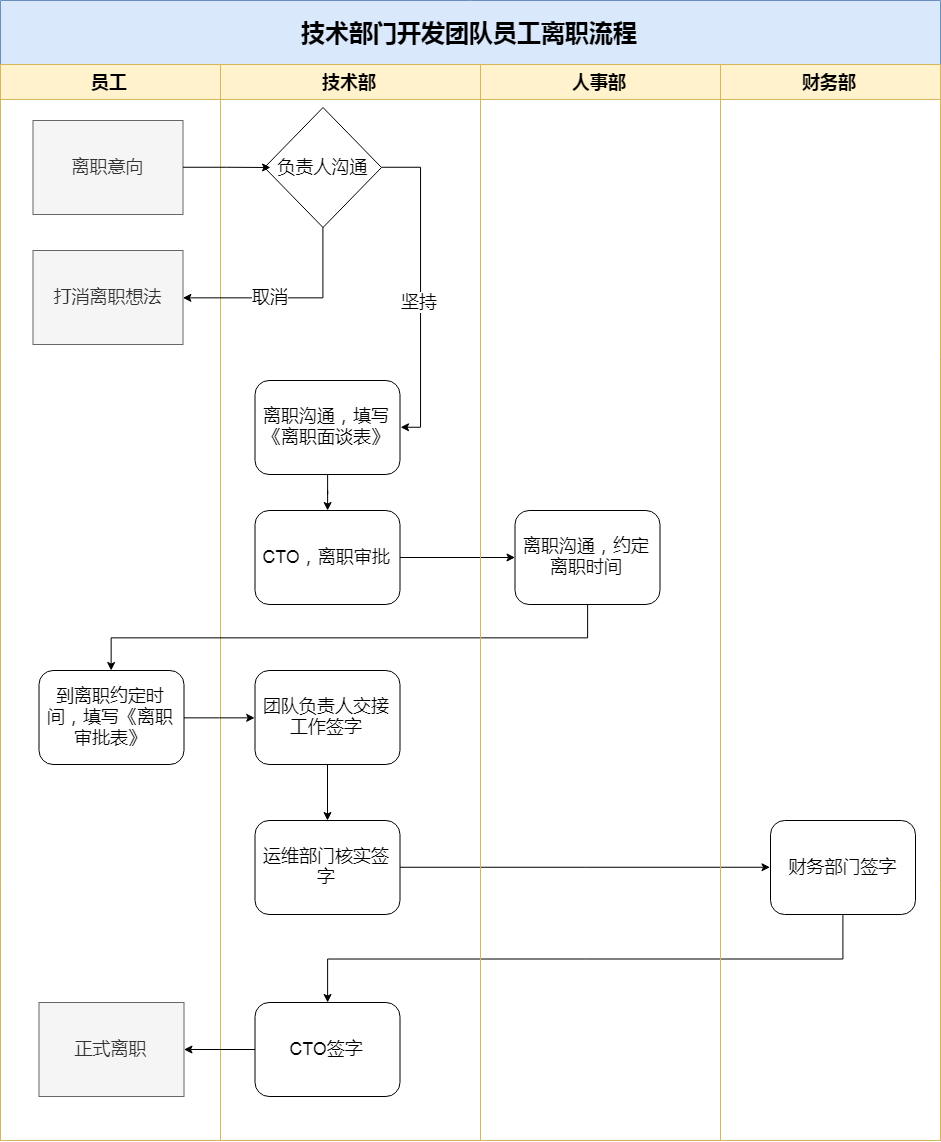
Earlier version of the draw.io export images/work/技术部门开发团队员工离职流程.png (lllliuliu/resets). Source tidied: cells renumbered, new cells last; positions are measured from the earlier drawing's top-left corner, leaving out a move shared by most shapes. Source of this version:
```xml
<mxGraphModel background="#ffffff">
  <root>
    <mxCell id="0" />
    <mxCell id="1" parent="0" />
    <mxCell id="2" value="&lt;font style=&quot;font-size: 24px&quot;&gt;技术部门开发团队员工离职流程&lt;/font&gt;&lt;br style=&quot;font-size: 18px&quot;&gt;" style="swimlane;html=1;startSize=64;fillColor=#dae8fc;strokeColor=#6c8ebf;fontSize=18;align=center;spacing=2;" parent="1" vertex="1">
      <mxGeometry width="940" height="1140" as="geometry" />
    </mxCell>
    <mxCell id="3" value="员工" style="swimlane;html=1;startSize=35;fontSize=18;align=center;fillColor=#fff2cc;strokeColor=#d6b656;rounded=0;" parent="2" vertex="1">
      <mxGeometry y="64" width="220" height="1076" as="geometry" />
    </mxCell>
    <mxCell id="4" value="正式离职" style="rounded=0;whiteSpace=wrap;html=1;fontSize=18;align=center;fillColor=#f5f5f5;strokeColor=#666666;fontColor=#333333;" parent="3" vertex="1">
      <mxGeometry x="38.5" y="938" width="145" height="94" as="geometry" />
    </mxCell>
    <mxCell id="5" value="到离职约定时间，填写《离职审批表》" style="rounded=1;whiteSpace=wrap;html=1;fontSize=18;align=center;" parent="3" vertex="1">
      <mxGeometry x="38.5" y="606" width="145" height="94" as="geometry" />
    </mxCell>
    <mxCell id="6" value="离职意向" style="rounded=0;whiteSpace=wrap;html=1;fontSize=18;align=center;spacing=2;fillColor=#f5f5f5;strokeColor=#666666;fontColor=#333333;" parent="3" vertex="1">
      <mxGeometry x="32.5" y="56" width="150" height="94" as="geometry" />
    </mxCell>
    <mxCell id="7" value="打消离职想法" style="rounded=0;whiteSpace=wrap;html=1;fontSize=18;align=center;spacing=2;fillColor=#f5f5f5;strokeColor=#666666;fontColor=#333333;" parent="3" vertex="1">
      <mxGeometry x="32.5" y="186" width="150" height="94" as="geometry" />
    </mxCell>
    <mxCell id="8" value="技术部" style="swimlane;html=1;startSize=35;fontSize=18;align=center;fillColor=#fff2cc;strokeColor=#d6b656;" parent="2" vertex="1">
      <mxGeometry x="220" y="64" width="260" height="1076" as="geometry" />
    </mxCell>
    <mxCell id="9" style="edgeStyle=orthogonalEdgeStyle;rounded=0;jettySize=auto;html=1;fontSize=18;" parent="8" edge="1" source="10" target="11">
      <mxGeometry relative="1" as="geometry" />
    </mxCell>
    <mxCell id="10" value="离职沟通，填写《离职面谈表》" style="rounded=1;whiteSpace=wrap;html=1;fontSize=18;align=center;" parent="8" vertex="1">
      <mxGeometry x="34.5" y="316" width="145" height="94" as="geometry" />
    </mxCell>
    <mxCell id="11" value="CTO，离职审批" style="rounded=1;whiteSpace=wrap;html=1;fontSize=18;align=center;" parent="8" vertex="1">
      <mxGeometry x="34.5" y="446" width="145" height="94" as="geometry" />
    </mxCell>
    <mxCell id="12" style="edgeStyle=orthogonalEdgeStyle;rounded=0;jettySize=auto;html=1;fontSize=18;" parent="8" edge="1" source="13" target="14">
      <mxGeometry relative="1" as="geometry" />
    </mxCell>
    <mxCell id="13" value="团队负责人交接工作签字" style="rounded=1;whiteSpace=wrap;html=1;fontSize=18;align=center;" parent="8" vertex="1">
      <mxGeometry x="34.5" y="606" width="145" height="94" as="geometry" />
    </mxCell>
    <mxCell id="14" value="运维部门核实签字" style="rounded=1;whiteSpace=wrap;html=1;fontSize=18;align=center;" parent="8" vertex="1">
      <mxGeometry x="34.5" y="756" width="145" height="94" as="geometry" />
    </mxCell>
    <mxCell id="15" value="CTO签字" style="rounded=1;whiteSpace=wrap;html=1;fontSize=18;align=center;" parent="8" vertex="1">
      <mxGeometry x="34.5" y="938" width="145" height="94" as="geometry" />
    </mxCell>
    <mxCell id="16" style="edgeStyle=orthogonalEdgeStyle;rounded=0;jettySize=auto;html=1;exitX=1;exitY=0.5;exitDx=0;exitDy=0;entryX=1;entryY=0.5;entryDx=0;entryDy=0;fontSize=18;" parent="8" edge="1" source="18" target="10">
      <mxGeometry relative="1" as="geometry" />
    </mxCell>
    <mxCell id="17" value="坚持" style="text;html=1;align=center;verticalAlign=middle;labelBackgroundColor=#ffffff;fontSize=18;" parent="16" vertex="1">
      <mxGeometry x="0.09" y="-2" relative="1" as="geometry" />
    </mxCell>
    <mxCell id="18" value="&lt;font style=&quot;font-size: 18px&quot;&gt;负责人沟通&lt;/font&gt;" style="rhombus;whiteSpace=wrap;html=1;rounded=0;fontSize=18;align=center;" parent="8" vertex="1">
      <mxGeometry x="44" y="43" width="117" height="120" as="geometry" />
    </mxCell>
    <mxCell id="19" style="edgeStyle=orthogonalEdgeStyle;rounded=0;jettySize=auto;html=1;fontSize=18;" parent="2" edge="1" source="11" target="26">
      <mxGeometry relative="1" as="geometry" />
    </mxCell>
    <mxCell id="20" style="edgeStyle=orthogonalEdgeStyle;rounded=0;jettySize=auto;html=1;fontSize=18;entryX=0;entryY=0.5;entryDx=0;entryDy=0;" parent="2" edge="1" source="5" target="13">
      <mxGeometry relative="1" as="geometry" />
    </mxCell>
    <mxCell id="21" style="edgeStyle=orthogonalEdgeStyle;rounded=0;jettySize=auto;html=1;fontSize=18;entryX=0;entryY=0.5;entryDx=0;entryDy=0;" parent="2" edge="1" source="14" target="28">
      <mxGeometry relative="1" as="geometry" />
    </mxCell>
    <mxCell id="22" style="edgeStyle=orthogonalEdgeStyle;rounded=0;jettySize=auto;html=1;fontSize=18;exitX=0.5;exitY=1;exitDx=0;exitDy=0;" parent="2" edge="1" source="26" target="5">
      <mxGeometry relative="1" as="geometry" />
    </mxCell>
    <mxCell id="23" style="edgeStyle=orthogonalEdgeStyle;rounded=0;jettySize=auto;html=1;fontSize=18;exitX=0.5;exitY=1;exitDx=0;exitDy=0;" parent="2" edge="1" source="28" target="15">
      <mxGeometry relative="1" as="geometry" />
    </mxCell>
    <mxCell id="24" style="edgeStyle=orthogonalEdgeStyle;rounded=0;jettySize=auto;html=1;fontSize=18;" parent="2" edge="1" source="15" target="4">
      <mxGeometry relative="1" as="geometry" />
    </mxCell>
    <mxCell id="25" value="人事部" style="swimlane;html=1;startSize=35;fontSize=18;align=center;fillColor=#fff2cc;strokeColor=#d6b656;" parent="2" vertex="1">
      <mxGeometry x="480" y="64" width="240" height="1076" as="geometry" />
    </mxCell>
    <mxCell id="26" value="离职沟通，约定离职时间" style="rounded=1;whiteSpace=wrap;html=1;fontSize=18;align=center;" parent="25" vertex="1">
      <mxGeometry x="34.5" y="446" width="145" height="94" as="geometry" />
    </mxCell>
    <mxCell id="27" value="财务部" style="swimlane;html=1;startSize=35;fontSize=18;align=center;fillColor=#fff2cc;strokeColor=#d6b656;" parent="2" vertex="1">
      <mxGeometry x="720" y="64" width="220" height="1076" as="geometry" />
    </mxCell>
    <mxCell id="28" value="财务部门签字" style="rounded=1;whiteSpace=wrap;html=1;fontSize=18;align=center;" parent="27" vertex="1">
      <mxGeometry x="50" y="756" width="145" height="94" as="geometry" />
    </mxCell>
    <mxCell id="29" style="edgeStyle=orthogonalEdgeStyle;rounded=0;jettySize=auto;html=1;exitX=1;exitY=0.5;exitDx=0;exitDy=0;fontSize=18;" parent="2" edge="1" source="6">
      <mxGeometry relative="1" as="geometry">
        <mxPoint x="270" y="167" as="targetPoint" />
      </mxGeometry>
    </mxCell>
    <mxCell id="30" style="edgeStyle=orthogonalEdgeStyle;rounded=0;jettySize=auto;html=1;exitX=0.5;exitY=1;exitDx=0;exitDy=0;entryX=1;entryY=0.5;entryDx=0;entryDy=0;fontSize=18;" parent="2" edge="1" source="18" target="7">
      <mxGeometry relative="1" as="geometry" />
    </mxCell>
    <mxCell id="31" value="取消" style="text;html=1;align=center;verticalAlign=middle;labelBackgroundColor=#ffffff;fontSize=18;" parent="30" vertex="1">
      <mxGeometry x="0.17" y="-1" relative="1" as="geometry" />
    </mxCell>
  </root>
</mxGraphModel>
```
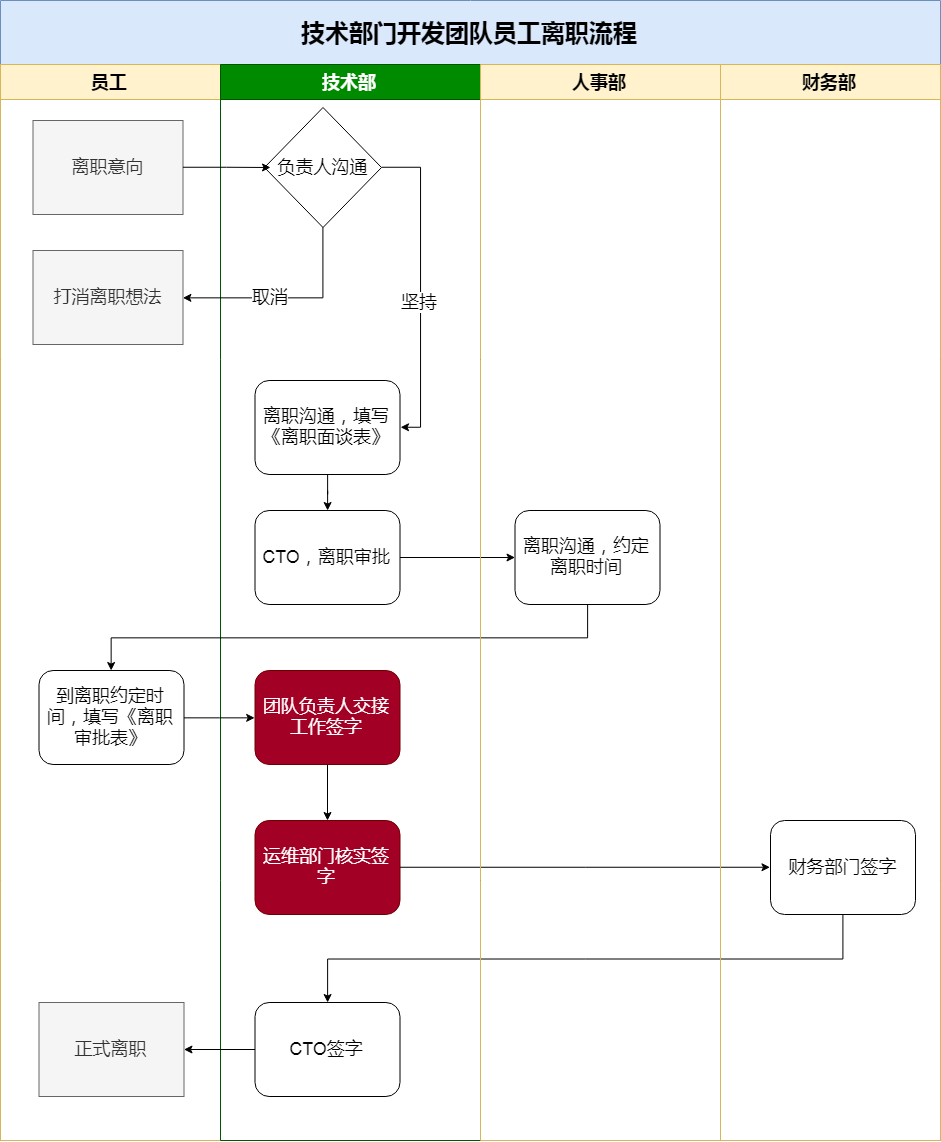
The same file after the commit.

Change to the diagram source:
```diff
@@ -20,7 +20,7 @@
     <mxCell id="7" value="打消离职想法" style="rounded=0;whiteSpace=wrap;html=1;fontSize=18;align=center;spacing=2;fillColor=#f5f5f5;strokeColor=#666666;fontColor=#333333;" parent="3" vertex="1">
       <mxGeometry x="32.5" y="186" width="150" height="94" as="geometry" />
     </mxCell>
-    <mxCell id="8" value="技术部" style="swimlane;html=1;startSize=35;fontSize=18;align=center;fillColor=#fff2cc;strokeColor=#d6b656;" parent="2" vertex="1">
+    <mxCell id="8" value="技术部" style="swimlane;html=1;startSize=35;fontSize=18;align=center;fillColor=#008a00;strokeColor=#005700;fontColor=#ffffff;" parent="2" vertex="1">
       <mxGeometry x="220" y="64" width="260" height="1076" as="geometry" />
     </mxCell>
     <mxCell id="9" style="edgeStyle=orthogonalEdgeStyle;rounded=0;jettySize=auto;html=1;fontSize=18;" parent="8" edge="1" source="10" target="11">
@@ -35,10 +35,10 @@
     <mxCell id="12" style="edgeStyle=orthogonalEdgeStyle;rounded=0;jettySize=auto;html=1;fontSize=18;" parent="8" edge="1" source="13" target="14">
       <mxGeometry relative="1" as="geometry" />
     </mxCell>
-    <mxCell id="13" value="团队负责人交接工作签字" style="rounded=1;whiteSpace=wrap;html=1;fontSize=18;align=center;" parent="8" vertex="1">
+    <mxCell id="13" value="团队负责人交接工作签字" style="rounded=1;whiteSpace=wrap;html=1;fontSize=18;align=center;fillColor=#a20025;strokeColor=#6F0000;fontColor=#ffffff;" parent="8" vertex="1">
       <mxGeometry x="34.5" y="606" width="145" height="94" as="geometry" />
     </mxCell>
-    <mxCell id="14" value="运维部门核实签字" style="rounded=1;whiteSpace=wrap;html=1;fontSize=18;align=center;" parent="8" vertex="1">
+    <mxCell id="14" value="运维部门核实签字" style="rounded=1;whiteSpace=wrap;html=1;fontSize=18;align=center;fillColor=#a20025;strokeColor=#6F0000;fontColor=#ffffff;" parent="8" vertex="1">
       <mxGeometry x="34.5" y="756" width="145" height="94" as="geometry" />
     </mxCell>
     <mxCell id="15" value="CTO签字" style="rounded=1;whiteSpace=wrap;html=1;fontSize=18;align=center;" parent="8" vertex="1">
```
